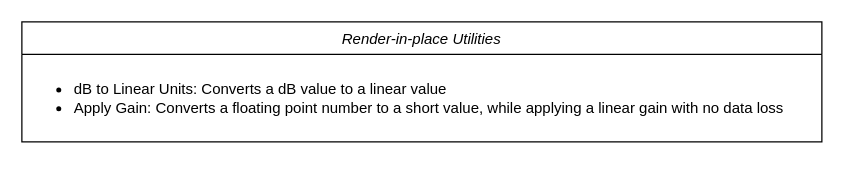
This is Render-In-PlaceUtilities.drawio from Saber033/Comp-Sci-IA, a draw.io file, before an edit. Source tidied: cells renumbered, new cells numbered last; positions are measured from the earlier drawing's top-left corner, leaving out a move shared by most shapes. Both pictures are drawn from the tidied source at 125%, with x=0, y=0 at pixel (21, 21).
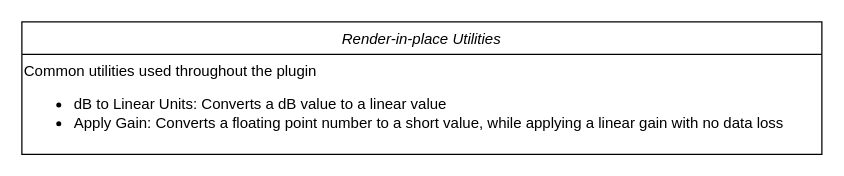
The same diagram, later.

What changed in the source:
```diff
@@
 <mxGraphModel>
   <root>
     <mxCell id="0" />
     <mxCell id="1" parent="0" />
     <mxCell id="2" value="Render-in-place Utilities" style="swimlane;fontStyle=2;align=center;verticalAlign=top;horizontal=1;startSize=26;rounded=0;shadow=0;strokeWidth=1;" parent="1" vertex="1">
-      <mxGeometry width="640" height="96" as="geometry" />
+      <mxGeometry width="640" height="106" as="geometry" />
     </mxCell>
-    <mxCell id="3" value="&lt;ul&gt;&lt;li&gt;dB to Linear Units: Converts a dB value to a linear value&lt;/li&gt;&lt;li&gt;Apply Gain: Converts a floating point number to a short value, while applying a linear gain with no data loss&lt;/li&gt;&lt;/ul&gt;" style="text;html=1;align=left;verticalAlign=middle;strokeColor=none;fillColor=none;" parent="2" vertex="1">
-      <mxGeometry y="26" width="640" height="70" as="geometry" />
+    <mxCell id="3" value="&lt;div&gt;Common utilities used throughout the plugin&lt;/div&gt;&lt;ul&gt;&lt;li&gt;dB to Linear Units: Converts a dB value to a linear value&lt;/li&gt;&lt;li&gt;Apply Gain: Converts a floating point number to a short value, while applying a linear gain with no data loss&lt;/li&gt;&lt;/ul&gt;" style="text;html=1;align=left;verticalAlign=middle;strokeColor=none;fillColor=none;" parent="2" vertex="1">
+      <mxGeometry y="26" width="640" height="80" as="geometry" />
     </mxCell>
   </root>
 </mxGraphModel>
```
